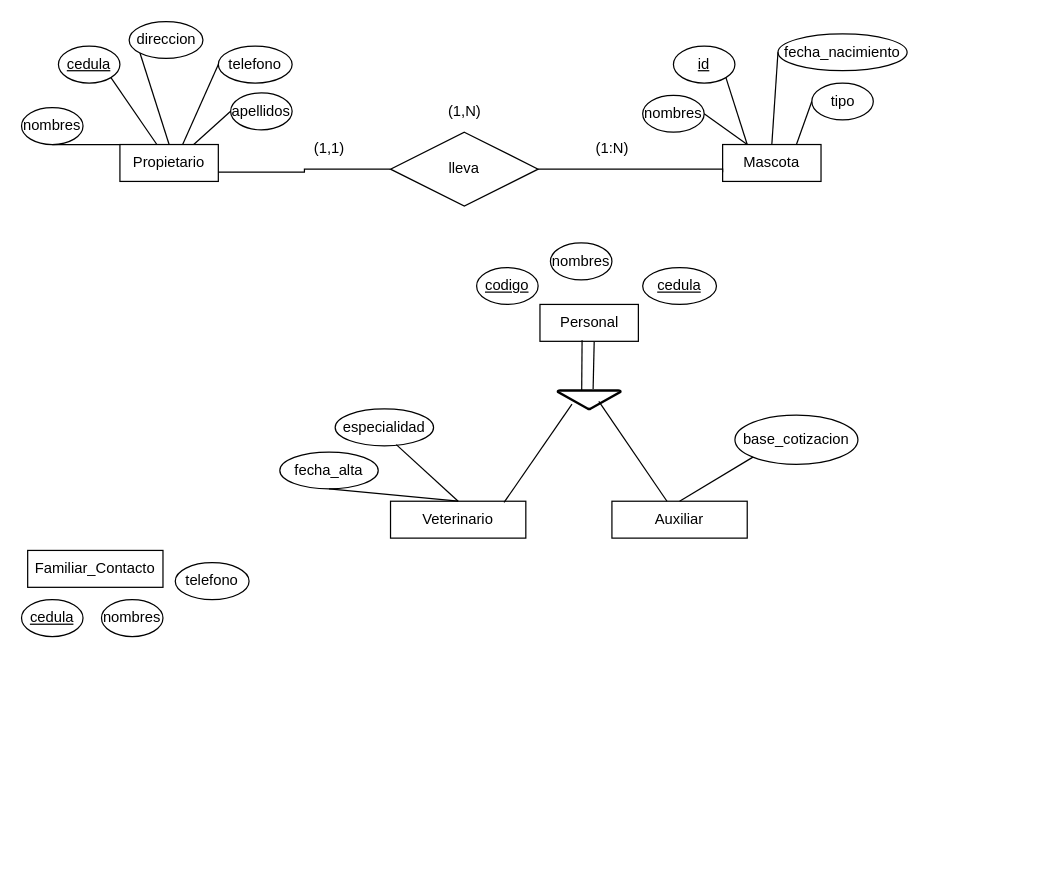
Above: Veterinaria.drawio in Aree17/Base_De_Datos (draw.io), before the change. Source tidied: cells renumbered, new cells numbered last; positions are measured from the earlier drawing's top-left corner, leaving out a move shared by most shapes. Both pictures are drawn from the tidied source at 123%, with x=0, y=0 at pixel (21, 21).
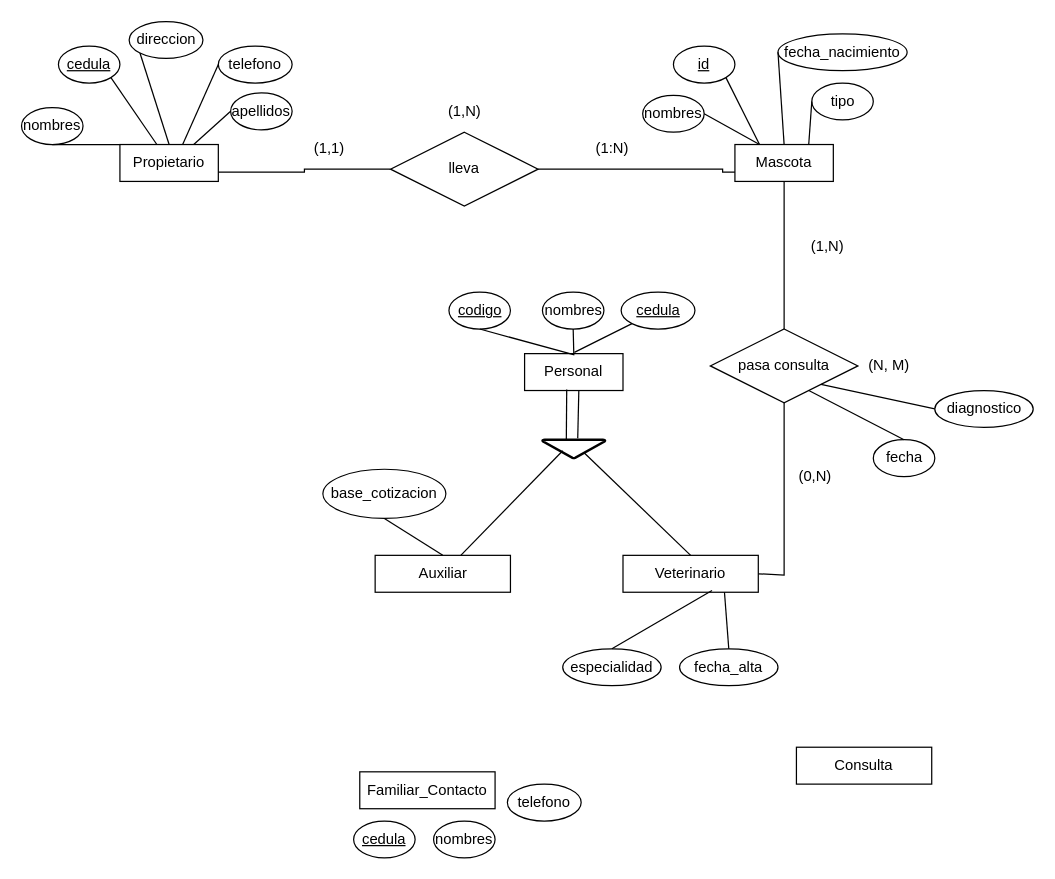
The same page after the edit.

What changed in the source:
```diff
@@
     <mxCell id="8" value="Mascota" style="rounded=0;whiteSpace=wrap;html=1;" parent="1" vertex="1">
-      <mxGeometry x="570" y="100" width="80" height="30" as="geometry" />
+      <mxGeometry x="580" y="100" width="80" height="30" as="geometry" />
     </mxCell>
@@
     <mxCell id="13" value="Personal" style="rounded=0;whiteSpace=wrap;html=1;" parent="1" vertex="1">
-      <mxGeometry x="421.5" y="230" width="80" height="30" as="geometry" />
+      <mxGeometry x="409" y="270" width="80" height="30" as="geometry" />
     </mxCell>
     <mxCell id="14" value="nombres" style="ellipse;whiteSpace=wrap;html=1;" parent="1" vertex="1">
-      <mxGeometry x="430" y="180" width="50" height="30" as="geometry" />
+      <mxGeometry x="423.5" y="220" width="50" height="30" as="geometry" />
     </mxCell>
     <mxCell id="15" value="&lt;u&gt;codigo&lt;/u&gt;" style="ellipse;whiteSpace=wrap;html=1;" parent="1" vertex="1">
-      <mxGeometry x="370" y="200" width="50" height="30" as="geometry" />
+      <mxGeometry x="347.5" y="220" width="50" height="30" as="geometry" />
     </mxCell>
     <mxCell id="16" value="&lt;u&gt;cedula&lt;/u&gt;" style="ellipse;whiteSpace=wrap;html=1;" parent="1" vertex="1">
-      <mxGeometry x="505" y="200" width="60" height="30" as="geometry" />
+      <mxGeometry x="487.5" y="220" width="60" height="30" as="geometry" />
     </mxCell>
     <mxCell id="17" value="Familiar_Contacto" style="rounded=0;whiteSpace=wrap;html=1;" parent="1" vertex="1">
-      <mxGeometry x="5" y="430" width="110" height="30" as="geometry" />
+      <mxGeometry x="275" y="610" width="110" height="30" as="geometry" />
     </mxCell>
     <mxCell id="18" value="Veterinario" style="rounded=0;whiteSpace=wrap;html=1;" parent="1" vertex="1">
-      <mxGeometry x="300" y="390" width="110" height="30" as="geometry" />
+      <mxGeometry x="489" y="434" width="110" height="30" as="geometry" />
     </mxCell>
     <mxCell id="19" value="Auxiliar" style="rounded=0;whiteSpace=wrap;html=1;" parent="1" vertex="1">
-      <mxGeometry x="480" y="390" width="110" height="30" as="geometry" />
+      <mxGeometry x="287.5" y="434" width="110" height="30" as="geometry" />
     </mxCell>
     <mxCell id="20" value="fecha_alta" style="ellipse;whiteSpace=wrap;html=1;" parent="1" vertex="1">
-      <mxGeometry x="210" y="350" width="80" height="30" as="geometry" />
+      <mxGeometry x="535" y="510" width="80" height="30" as="geometry" />
     </mxCell>
     <mxCell id="21" value="base_cotizacion" style="ellipse;whiteSpace=wrap;html=1;" parent="1" vertex="1">
-      <mxGeometry x="580" y="320" width="100" height="40" as="geometry" />
+      <mxGeometry x="245" y="364" width="100" height="40" as="geometry" />
     </mxCell>
     <mxCell id="22" value="&lt;u&gt;cedula&lt;/u&gt;" style="ellipse;whiteSpace=wrap;html=1;" parent="1" vertex="1">
-      <mxGeometry y="470" width="50" height="30" as="geometry" />
+      <mxGeometry x="270" y="650" width="50" height="30" as="geometry" />
     </mxCell>
     <mxCell id="23" value="nombres" style="ellipse;whiteSpace=wrap;html=1;" parent="1" vertex="1">
-      <mxGeometry x="65" y="470" width="50" height="30" as="geometry" />
+      <mxGeometry x="335" y="650" width="50" height="30" as="geometry" />
     </mxCell>
     <mxCell id="24" value="telefono" style="ellipse;whiteSpace=wrap;html=1;" parent="1" vertex="1">
-      <mxGeometry x="125" y="440" width="60" height="30" as="geometry" />
+      <mxGeometry x="395" y="620" width="60" height="30" as="geometry" />
     </mxCell>
@@
-    <mxCell id="30" style="endArrow=none;html=1;rounded=0;entryX=0.5;entryY=1;entryDx=0;entryDy=0;exitX=0.5;exitY=0;exitDx=0;exitDy=0;" parent="1" edge="1" source="18" target="20">
+    <mxCell id="30" style="endArrow=none;html=1;rounded=0;entryX=0.5;entryY=0;entryDx=0;entryDy=0;exitX=0.75;exitY=1;exitDx=0;exitDy=0;" parent="1" edge="1" source="18" target="20">
       <mxGeometry relative="1" as="geometry" />
     </mxCell>
@@
     <mxCell id="41" style="strokeWidth=2;html=1;shape=mxgraph.flowchart.merge_or_storage;whiteSpace=wrap;" parent="1" vertex="1">
-      <mxGeometry x="436" y="300" width="51" height="15" as="geometry" />
+      <mxGeometry x="423.5" y="340" width="51" height="15" as="geometry" />
     </mxCell>
@@
     <mxCell id="43" value="especialidad" style="ellipse;whiteSpace=wrap;html=1;" parent="1" vertex="1">
-      <mxGeometry x="255" y="315" width="80" height="30" as="geometry" />
+      <mxGeometry x="440" y="510" width="80" height="30" as="geometry" />
     </mxCell>
-    <mxCell id="44" style="endArrow=none;html=1;rounded=0;entryX=0.621;entryY=0.967;entryDx=0;entryDy=0;exitX=0.5;exitY=0;exitDx=0;exitDy=0;entryPerimeter=0;" parent="1" edge="1" source="18" target="43">
+    <mxCell id="44" style="endArrow=none;html=1;rounded=0;entryX=0.5;entryY=0;entryDx=0;entryDy=0;exitX=0.658;exitY=0.951;exitDx=0;exitDy=0;exitPerimeter=0;" parent="1" edge="1" source="18" target="43">
       <mxGeometry relative="1" as="geometry" />
     </mxCell>
@@
-    <mxCell id="46" style="endArrow=none;html=1;rounded=0;entryX=0;entryY=1;entryDx=0;entryDy=0;exitX=0.5;exitY=0;exitDx=0;exitDy=0;" parent="1" edge="1" source="19" target="21">
+    <mxCell id="46" style="endArrow=none;html=1;rounded=0;entryX=0.5;entryY=1;entryDx=0;entryDy=0;exitX=0.5;exitY=0;exitDx=0;exitDy=0;" parent="1" edge="1" source="19" target="21">
       <mxGeometry relative="1" as="geometry" />
     </mxCell>
-    <mxCell id="47" style="endArrow=none;html=1;rounded=0;entryX=0.226;entryY=0.733;entryDx=0;entryDy=0;exitX=0.839;exitY=0.033;exitDx=0;exitDy=0;entryPerimeter=0;exitPerimeter=0;" parent="1" edge="1" source="18" target="41">
+    <mxCell id="47" style="endArrow=none;html=1;rounded=0;entryX=0.66;entryY=0.691;entryDx=0;entryDy=0;exitX=0.5;exitY=0;exitDx=0;exitDy=0;entryPerimeter=0;" parent="1" edge="1" source="18" target="41">
       <mxGeometry relative="1" as="geometry" />
     </mxCell>
-    <mxCell id="48" style="endArrow=none;html=1;rounded=0;entryX=0.654;entryY=0.588;entryDx=0;entryDy=0;entryPerimeter=0;" parent="1" edge="1" source="19" target="41">
-      <mxGeometry relative="1" as="geometry" />
+    <mxCell id="48" style="endArrow=none;html=1;rounded=0;" parent="1" edge="1" source="19">
+      <mxGeometry relative="1" as="geometry">
+        <mxPoint x="440" y="349" as="targetPoint" />
+      </mxGeometry>
     </mxCell>
+    <mxCell id="49" style="endArrow=none;html=1;rounded=0;entryX=0.5;entryY=1;entryDx=0;entryDy=0;" parent="1" edge="1" target="15">
+      <mxGeometry relative="1" as="geometry">
+        <mxPoint x="449.5" y="271" as="sourcePoint" />
+      </mxGeometry>
+    </mxCell>
+    <mxCell id="50" style="endArrow=none;html=1;rounded=0;entryX=0.5;entryY=1;entryDx=0;entryDy=0;exitX=0.5;exitY=0;exitDx=0;exitDy=0;" parent="1" edge="1" source="13" target="14">
+      <mxGeometry relative="1" as="geometry" />
+    </mxCell>
+    <mxCell id="51" style="endArrow=none;html=1;rounded=0;entryX=0;entryY=1;entryDx=0;entryDy=0;" parent="1" edge="1" target="16">
+      <mxGeometry relative="1" as="geometry">
+        <mxPoint x="449.5" y="269" as="sourcePoint" />
+      </mxGeometry>
+    </mxCell>
+    <mxCell id="52" value="Consulta" style="rounded=0;whiteSpace=wrap;html=1;" parent="1" vertex="1">
+      <mxGeometry x="630" y="590" width="110" height="30" as="geometry" />
+    </mxCell>
+    <mxCell id="53" value="pasa consulta" style="shape=rhombus;perimeter=rhombusPerimeter;whiteSpace=wrap;html=1;align=center;" parent="1" vertex="1">
+      <mxGeometry x="560" y="250" width="120" height="60" as="geometry" />
+    </mxCell>
+    <mxCell id="54" style="endArrow=none;html=1;rounded=0;entryX=0.5;entryY=1;entryDx=0;entryDy=0;exitX=1;exitY=0.5;exitDx=0;exitDy=0;" parent="1" edge="1" source="18" target="53">
+      <mxGeometry relative="1" as="geometry">
+        <Array as="points">
+          <mxPoint x="620" y="450" />
+        </Array>
+      </mxGeometry>
+    </mxCell>
+    <mxCell id="55" style="endArrow=none;html=1;rounded=0;entryX=0.5;entryY=1;entryDx=0;entryDy=0;exitX=0.5;exitY=0;exitDx=0;exitDy=0;" parent="1" edge="1" source="53" target="8">
+      <mxGeometry relative="1" as="geometry" />
+    </mxCell>
+    <mxCell id="56" value="(1,N)" style="text;html=1;align=center;verticalAlign=middle;strokeColor=none;fillColor=none;" parent="1" vertex="1">
+      <mxGeometry x="630" y="168" width="50" height="30" as="geometry" />
+    </mxCell>
+    <mxCell id="57" value="(0,N)" style="text;html=1;align=center;verticalAlign=middle;strokeColor=none;fillColor=none;" parent="1" vertex="1">
+      <mxGeometry x="620" y="355" width="50" height="30" as="geometry" />
+    </mxCell>
+    <mxCell id="58" value="(N, M)" style="text;html=1;align=center;verticalAlign=middle;strokeColor=none;fillColor=none;" parent="1" vertex="1">
+      <mxGeometry x="675" y="265" width="60" height="30" as="geometry" />
+    </mxCell>
+    <mxCell id="59" value="fecha" style="ellipse;whiteSpace=wrap;html=1;" parent="1" vertex="1">
+      <mxGeometry x="692.5" y="340" width="50" height="30" as="geometry" />
+    </mxCell>
+    <mxCell id="60" style="endArrow=none;html=1;rounded=0;entryX=0.5;entryY=0;entryDx=0;entryDy=0;exitX=0.667;exitY=0.833;exitDx=0;exitDy=0;exitPerimeter=0;" parent="1" edge="1" source="53" target="59">
+      <mxGeometry relative="1" as="geometry" />
+    </mxCell>
+    <mxCell id="61" value="diagnostico" style="ellipse;whiteSpace=wrap;html=1;" parent="1" vertex="1">
+      <mxGeometry x="742.5" y="300" width="80" height="30" as="geometry" />
+    </mxCell>
+    <mxCell id="62" style="endArrow=none;html=1;rounded=0;entryX=0;entryY=0.5;entryDx=0;entryDy=0;exitX=1;exitY=1;exitDx=0;exitDy=0;" parent="1" edge="1" source="53" target="61">
+      <mxGeometry relative="1" as="geometry" />
+    </mxCell>
```
